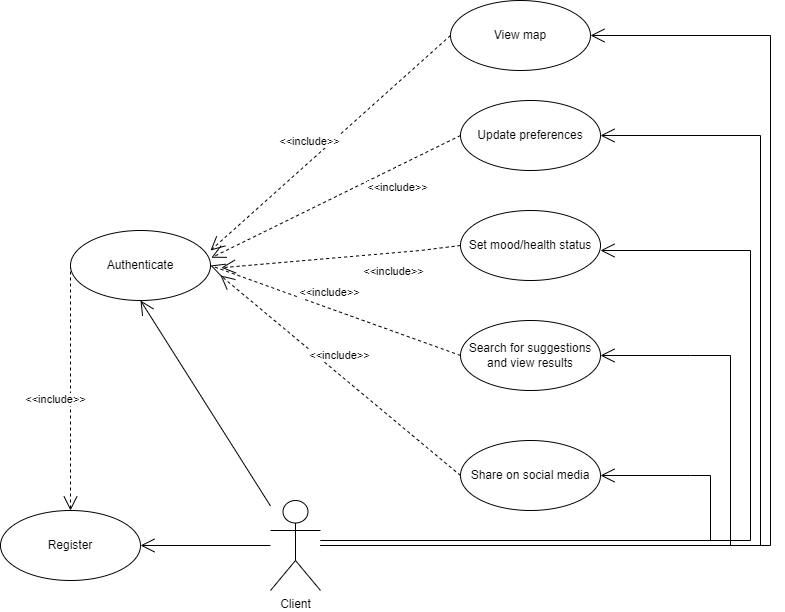
Earlier version of the draw.io export DesignArchitecture/UseCase.drawio.png (vararucristian/SEVIR). Source tidied: cells renumbered, new cells last; positions are measured from the earlier drawing's top-left corner, leaving out a move shared by most shapes.
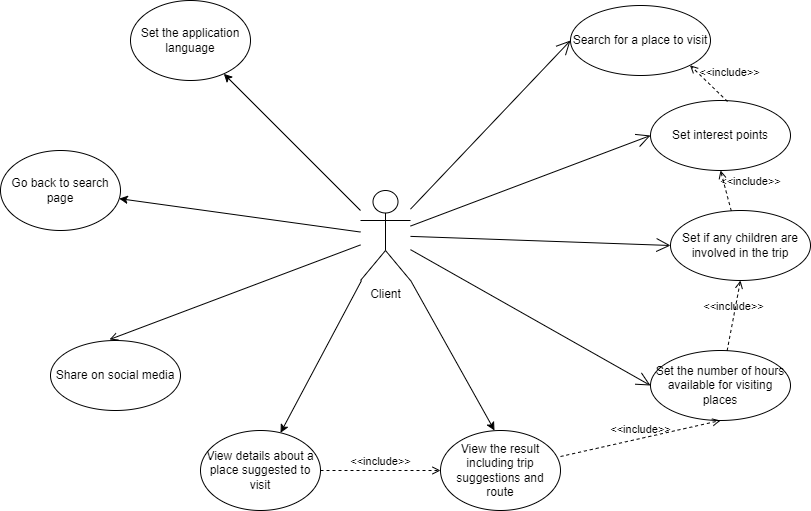
After the commit.

Diff of the diagram source:
```diff
@@ -2,108 +2,77 @@
   <root>
     <mxCell id="0" />
     <mxCell id="1" parent="0" />
+    <mxCell id="23" style="edgeStyle=none;rounded=0;jettySize=auto;html=1;" parent="1" edge="1" source="2" target="28">
+      <mxGeometry relative="1" as="geometry" />
+    </mxCell>
+    <mxCell id="24" style="edgeStyle=none;rounded=0;jettySize=auto;html=1;" parent="1" edge="1" source="2" target="26">
+      <mxGeometry relative="1" as="geometry" />
+    </mxCell>
     <mxCell id="2" value="Client" style="shape=umlActor;verticalLabelPosition=bottom;verticalAlign=top;html=1;outlineConnect=0;" parent="1" vertex="1">
-      <mxGeometry x="270" y="500" width="50" height="90" as="geometry" />
+      <mxGeometry x="240" y="-60" width="50" height="90" as="geometry" />
     </mxCell>
-    <mxCell id="3" value="Search for suggestions and view results" style="ellipse;whiteSpace=wrap;html=1;" parent="1" vertex="1">
-      <mxGeometry x="460" y="320" width="140" height="70" as="geometry" />
+    <mxCell id="3" value="Search for a place to visit" style="ellipse;whiteSpace=wrap;html=1;" parent="1" vertex="1">
+      <mxGeometry x="450" y="-245" width="140" height="70" as="geometry" />
     </mxCell>
-    <mxCell id="4" value="Authenticate" style="ellipse;whiteSpace=wrap;html=1;" parent="1" vertex="1">
-      <mxGeometry x="70" y="230" width="140" height="70" as="geometry" />
-    </mxCell>
-    <mxCell id="5" value="Register" style="ellipse;whiteSpace=wrap;html=1;" parent="1" vertex="1">
-      <mxGeometry y="510" width="140" height="70" as="geometry" />
-    </mxCell>
-    <mxCell id="6" style="endArrow=open;endFill=1;endSize=12;html=1;rounded=0;entryX=0.5;entryY=1;entryDx=0;entryDy=0;" parent="1" edge="1" source="2" target="4">
-      <mxGeometry relative="1" as="geometry" />
-    </mxCell>
-    <mxCell id="7" style="endArrow=open;endFill=1;endSize=12;html=1;rounded=0;" parent="1" edge="1" source="2" target="5">
-      <mxGeometry relative="1" as="geometry" />
-    </mxCell>
-    <mxCell id="8" value="View map" style="ellipse;whiteSpace=wrap;html=1;" parent="1" vertex="1">
-      <mxGeometry x="450" width="140" height="70" as="geometry" />
+    <mxCell id="8" value="Set the number of hours available for visiting places" style="ellipse;whiteSpace=wrap;html=1;" parent="1" vertex="1">
+      <mxGeometry x="530" y="100" width="140" height="70" as="geometry" />
     </mxCell>
-    <mxCell id="9" value="Update preferences" style="ellipse;whiteSpace=wrap;html=1;" parent="1" vertex="1">
-      <mxGeometry x="460" y="100" width="140" height="70" as="geometry" />
+    <mxCell id="9" value="Set interest points" style="ellipse;whiteSpace=wrap;html=1;" parent="1" vertex="1">
+      <mxGeometry x="530" y="-150" width="140" height="70" as="geometry" />
     </mxCell>
-    <mxCell id="10" value="&amp;lt;&amp;lt;include&amp;gt;&amp;gt;" style="endArrow=open;endSize=12;dashed=1;html=1;rounded=0;exitX=0;exitY=0.5;exitDx=0;exitDy=0;entryX=1.006;entryY=0.389;entryDx=0;entryDy=0;entryPerimeter=0;" parent="1" edge="1" source="9" target="4">
-      <mxGeometry x="-0.43" y="19" relative="1" as="geometry" />
-    </mxCell>
-    <mxCell id="11" value="&amp;lt;&amp;lt;include&amp;gt;&amp;gt;" style="endArrow=open;endSize=12;dashed=1;html=1;rounded=0;entryX=1;entryY=0.5;entryDx=0;entryDy=0;exitX=0;exitY=0.5;exitDx=0;exitDy=0;" parent="1" edge="1" source="3" target="4">
-      <mxGeometry x="0.09" y="-15" relative="1" as="geometry" />
-    </mxCell>
-    <mxCell id="12" value="&amp;lt;&amp;lt;include&amp;gt;&amp;gt;" style="endArrow=open;endSize=12;dashed=1;html=1;rounded=0;entryX=1;entryY=0.286;entryDx=0;entryDy=0;exitX=0;exitY=0.5;exitDx=0;exitDy=0;entryPerimeter=0;" parent="1" edge="1" source="8" target="4">
-      <mxGeometry x="0.09" y="-15" relative="1" as="geometry" />
-    </mxCell>
-    <mxCell id="13" style="endArrow=open;endFill=1;endSize=12;html=1;rounded=0;entryX=1;entryY=0.5;entryDx=0;entryDy=0;" parent="1" edge="1" source="2" target="8">
-      <mxGeometry relative="1" as="geometry">
-        <Array as="points">
-          <mxPoint x="770" y="545" />
-          <mxPoint x="770" y="35" />
-        </Array>
-      </mxGeometry>
+    <mxCell id="13" style="endArrow=open;endFill=1;endSize=12;html=1;rounded=0;entryX=0;entryY=0.5;entryDx=0;entryDy=0;" parent="1" edge="1" source="2" target="8">
+      <mxGeometry relative="1" as="geometry" />
     </mxCell>
-    <mxCell id="14" style="endArrow=open;endFill=1;endSize=12;html=1;rounded=0;entryX=1;entryY=0.5;entryDx=0;entryDy=0;" parent="1" edge="1" source="2" target="3">
-      <mxGeometry relative="1" as="geometry">
-        <Array as="points">
-          <mxPoint x="530" y="545" />
-          <mxPoint x="730" y="545" />
-          <mxPoint x="730" y="355" />
-          <mxPoint x="690" y="355" />
-        </Array>
-      </mxGeometry>
+    <mxCell id="14" style="endArrow=open;endFill=1;endSize=12;html=1;rounded=0;entryX=0;entryY=0.5;entryDx=0;entryDy=0;" parent="1" edge="1" source="2" target="3">
+      <mxGeometry relative="1" as="geometry" />
     </mxCell>
-    <mxCell id="15" style="endArrow=open;endFill=1;endSize=12;html=1;rounded=0;entryX=1;entryY=0.5;entryDx=0;entryDy=0;" parent="1" edge="1" source="2" target="9">
-      <mxGeometry relative="1" as="geometry">
-        <Array as="points">
-          <mxPoint x="760" y="545" />
-          <mxPoint x="760" y="135" />
-        </Array>
-      </mxGeometry>
+    <mxCell id="15" style="endArrow=open;endFill=1;endSize=12;html=1;rounded=0;entryX=0;entryY=0.5;entryDx=0;entryDy=0;" parent="1" edge="1" source="2" target="9">
+      <mxGeometry relative="1" as="geometry" />
     </mxCell>
-    <mxCell id="16" value="&amp;lt;&amp;lt;include&amp;gt;&amp;gt;" style="endArrow=open;endSize=12;dashed=1;html=1;rounded=0;entryX=0.5;entryY=0;entryDx=0;entryDy=0;exitX=0;exitY=0.5;exitDx=0;exitDy=0;" parent="1" edge="1" source="4" target="5">
-      <mxGeometry x="0.09" y="-15" relative="1" as="geometry" />
-    </mxCell>
-    <mxCell id="17" value="Set&amp;nbsp;mood/health status" style="ellipse;whiteSpace=wrap;html=1;" parent="1" vertex="1">
-      <mxGeometry x="460" y="210" width="140" height="70" as="geometry" />
+    <mxCell id="17" value="Set if any children are involved in the trip" style="ellipse;whiteSpace=wrap;html=1;" parent="1" vertex="1">
+      <mxGeometry x="550" y="-40" width="140" height="70" as="geometry" />
     </mxCell>
     <mxCell id="18" value="Share on social media" style="ellipse;whiteSpace=wrap;html=1;" parent="1" vertex="1">
-      <mxGeometry x="460" y="440" width="140" height="70" as="geometry" />
+      <mxGeometry x="-70" y="90" width="130" height="70" as="geometry" />
     </mxCell>
-    <mxCell id="19" value="&amp;lt;&amp;lt;include&amp;gt;&amp;gt;" style="endArrow=open;endSize=12;dashed=1;html=1;rounded=0;exitX=0;exitY=0.5;exitDx=0;exitDy=0;entryX=1.006;entryY=0.389;entryDx=0;entryDy=0;entryPerimeter=0;" parent="1" edge="1" source="17">
-      <mxGeometry x="-0.43" y="19" relative="1" as="geometry">
-        <mxPoint x="220.8" y="267.2" as="targetPoint" />
-        <Array as="points">
-          <mxPoint x="420" y="250" />
-        </Array>
-      </mxGeometry>
-    </mxCell>
-    <mxCell id="20" value="&amp;lt;&amp;lt;include&amp;gt;&amp;gt;" style="endArrow=open;endSize=12;dashed=1;html=1;rounded=0;entryX=1;entryY=0.5;entryDx=0;entryDy=0;exitX=0;exitY=0.5;exitDx=0;exitDy=0;" parent="1" edge="1" source="18">
-      <mxGeometry x="0.09" y="-15" relative="1" as="geometry">
-        <mxPoint x="220" y="275" as="targetPoint" />
-      </mxGeometry>
-    </mxCell>
-    <mxCell id="21" style="endArrow=open;endFill=1;endSize=12;html=1;rounded=0;" parent="1" edge="1">
-      <mxGeometry relative="1" as="geometry">
-        <mxPoint x="320" y="540" as="sourcePoint" />
-        <mxPoint x="600" y="250" as="targetPoint" />
-        <Array as="points">
-          <mxPoint x="750" y="540" />
-          <mxPoint x="750" y="250" />
-        </Array>
-      </mxGeometry>
+    <mxCell id="21" style="endArrow=open;endFill=1;endSize=12;html=1;rounded=0;entryX=0;entryY=0.5;entryDx=0;entryDy=0;" parent="1" edge="1" source="2" target="17">
+      <mxGeometry relative="1" as="geometry" />
     </mxCell>
-    <mxCell id="22" style="endArrow=open;endFill=1;endSize=12;html=1;rounded=0;entryX=1;entryY=0.5;entryDx=0;entryDy=0;" parent="1" edge="1" target="18">
-      <mxGeometry relative="1" as="geometry">
-        <mxPoint x="320" y="540" as="sourcePoint" />
-        <Array as="points">
-          <mxPoint x="540" y="540" />
-          <mxPoint x="560" y="540" />
-          <mxPoint x="710" y="540" />
-          <mxPoint x="710" y="475" />
-          <mxPoint x="690" y="475" />
-        </Array>
-      </mxGeometry>
+    <mxCell id="22" style="endArrow=open;endFill=1;html=1;rounded=0;entryX=0.454;entryY=-0.014;entryDx=0;entryDy=0;entryPerimeter=0;" parent="1" edge="1" source="2" target="18">
+      <mxGeometry relative="1" as="geometry" />
     </mxCell>
+    <mxCell id="25" value="View the result including trip suggestions and route" style="ellipse;whiteSpace=wrap;html=1;" parent="1" vertex="1">
+      <mxGeometry x="320" y="180" width="120" height="80" as="geometry" />
+    </mxCell>
+    <mxCell id="26" value="View details about a place suggested to visit" style="ellipse;whiteSpace=wrap;html=1;" parent="1" vertex="1">
+      <mxGeometry x="80" y="180" width="120" height="80" as="geometry" />
+    </mxCell>
+    <mxCell id="27" value="Go back to search page" style="ellipse;whiteSpace=wrap;html=1;" parent="1" vertex="1">
+      <mxGeometry x="-120" y="-100" width="120" height="80" as="geometry" />
+    </mxCell>
+    <mxCell id="28" value="Set the application language" style="ellipse;whiteSpace=wrap;html=1;" parent="1" vertex="1">
+      <mxGeometry x="10" y="-250" width="120" height="80" as="geometry" />
+    </mxCell>
+    <mxCell id="29" style="endArrow=classic;html=1;rounded=0;entryX=0.45;entryY=0;entryDx=0;entryDy=0;entryPerimeter=0;" parent="1" edge="1" source="2" target="25">
+      <mxGeometry relative="1" as="geometry" />
+    </mxCell>
+    <mxCell id="30" style="endArrow=classic;html=1;rounded=0;" parent="1" edge="1" source="2" target="27">
+      <mxGeometry relative="1" as="geometry" />
+    </mxCell>
+    <mxCell id="31" value="&amp;lt;&amp;lt;include&amp;gt;&amp;gt;" style="html=1;verticalAlign=bottom;labelBackgroundColor=none;endArrow=open;endFill=0;dashed=1;rounded=0;entryX=1;entryY=1;entryDx=0;entryDy=0;exitX=0.55;exitY=0.014;exitDx=0;exitDy=0;exitPerimeter=0;" parent="1" edge="1" source="9" target="3">
+      <mxGeometry x="-0.55" y="-16" relative="1" as="geometry" />
+    </mxCell>
+    <mxCell id="32" value="&amp;lt;&amp;lt;include&amp;gt;&amp;gt;" style="html=1;verticalAlign=bottom;labelBackgroundColor=none;endArrow=open;endFill=0;dashed=1;rounded=0;entryX=0.5;entryY=1;entryDx=0;entryDy=0;" parent="1" edge="1" source="17" target="9">
+      <mxGeometry x="-0.3" y="-24" relative="1" as="geometry" />
+    </mxCell>
+    <mxCell id="33" value="&amp;lt;&amp;lt;include&amp;gt;&amp;gt;" style="html=1;verticalAlign=bottom;labelBackgroundColor=none;endArrow=open;endFill=0;dashed=1;rounded=0;entryX=0.5;entryY=1;entryDx=0;entryDy=0;" parent="1" edge="1" source="8" target="17">
+      <mxGeometry relative="1" as="geometry" />
+    </mxCell>
+    <mxCell id="34" value="&amp;lt;&amp;lt;include&amp;gt;&amp;gt;" style="html=1;verticalAlign=bottom;labelBackgroundColor=none;endArrow=open;endFill=0;dashed=1;rounded=0;entryX=0.5;entryY=1;entryDx=0;entryDy=0;exitX=1;exitY=0.325;exitDx=0;exitDy=0;exitPerimeter=0;" parent="1" edge="1" source="25" target="8">
+      <mxGeometry relative="1" as="geometry" />
+    </mxCell>
+    <mxCell id="35" value="&amp;lt;&amp;lt;include&amp;gt;&amp;gt;" style="html=1;verticalAlign=bottom;labelBackgroundColor=none;endArrow=open;endFill=0;dashed=1;rounded=0;exitX=1;exitY=0.5;exitDx=0;exitDy=0;" parent="1" edge="1" source="26" target="25">
+      <mxGeometry relative="1" as="geometry" />
+    </mxCell>
   </root>
 </mxGraphModel>
```
